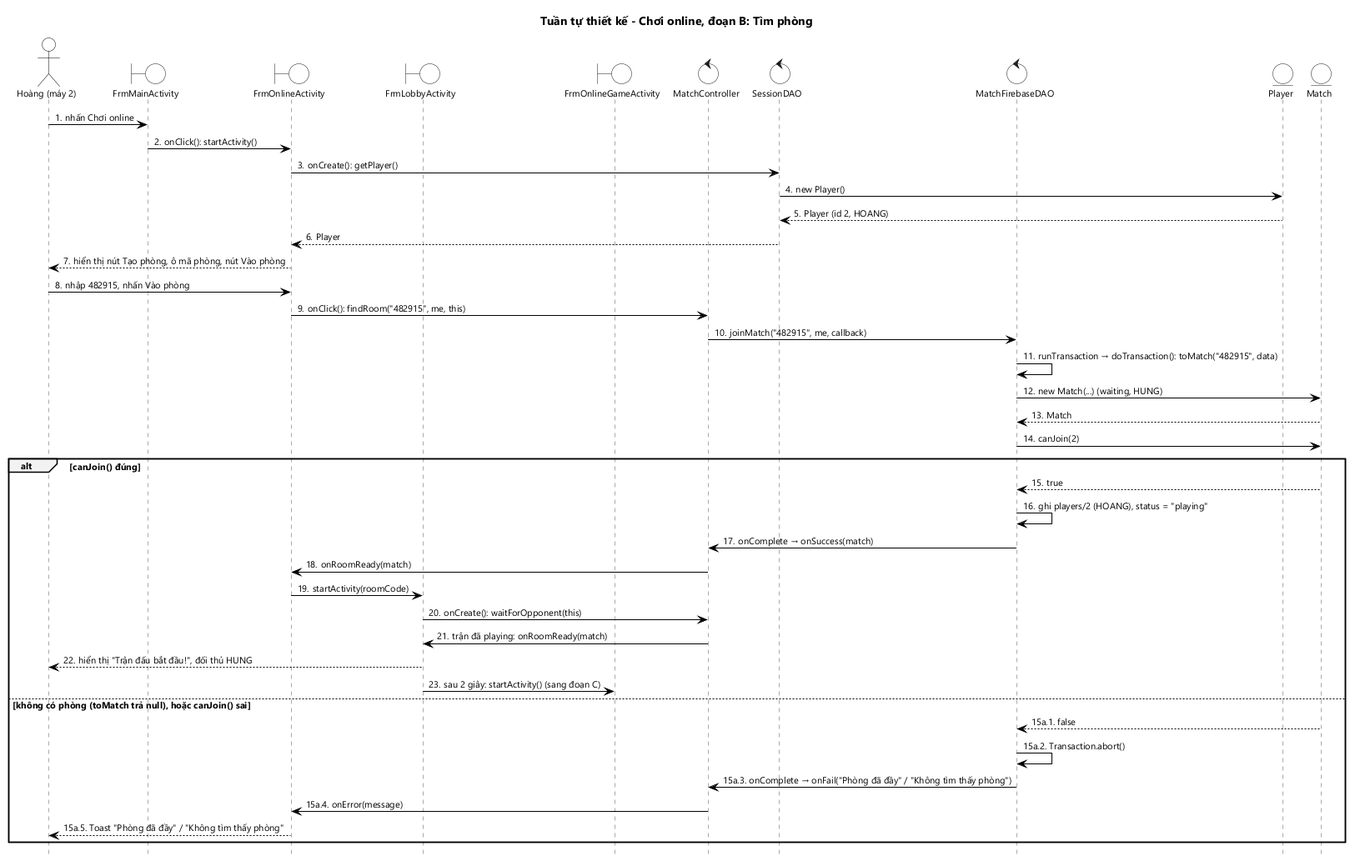
HungNguyenBa1811/math-dash keeps this PlantUML diagram as docs/hung/tuan-tu-thiet-ke-uc05b.png. Above is the earlier version.
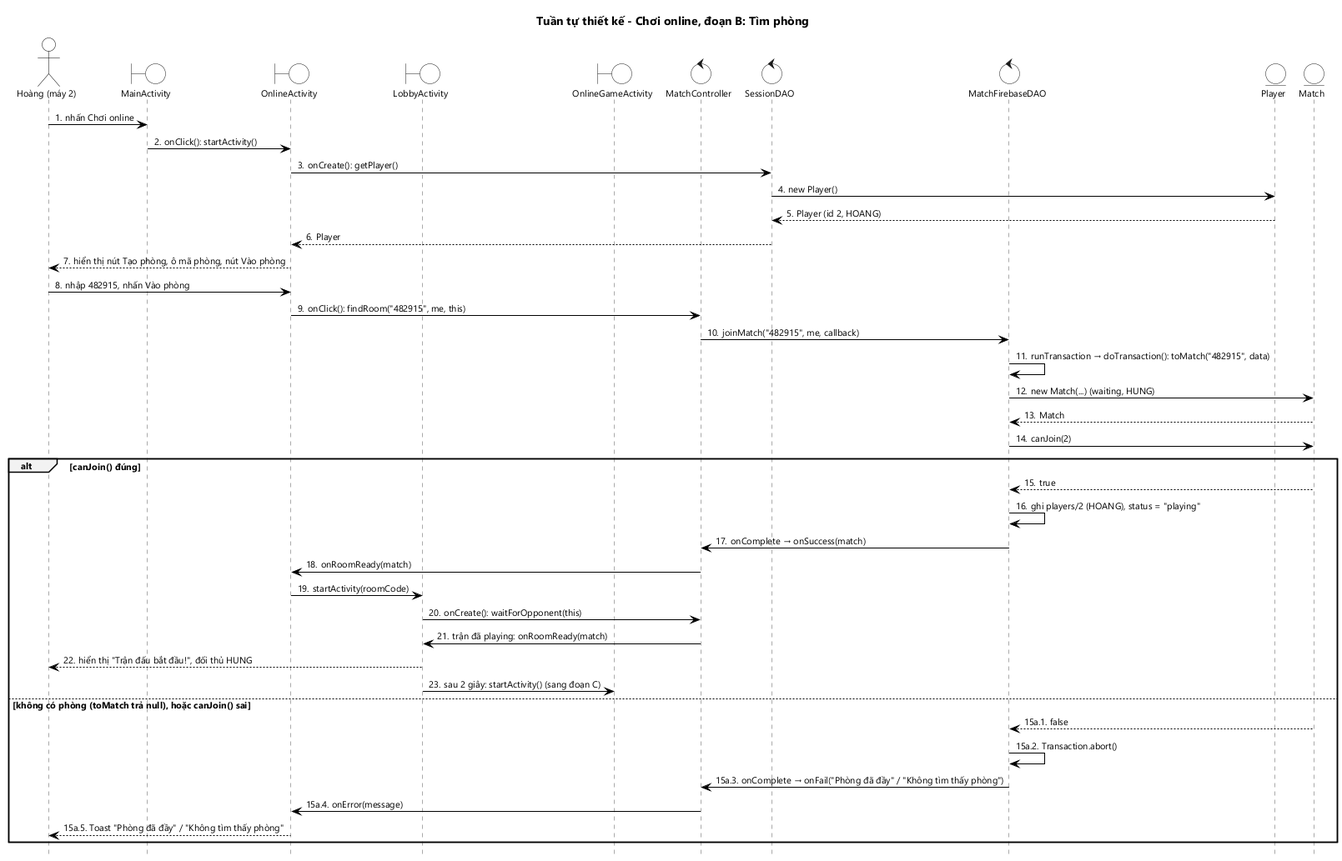
The same file after the commit.

The edit, as a diff of the source:
```diff
@@ -3,10 +3,10 @@
 title Tuần tự thiết kế - Chơi online, đoạn B: Tìm phòng
 
 actor "Hoàng (máy 2)" as U
-boundary FrmMainActivity as MA
-boundary FrmOnlineActivity as OA
-boundary FrmLobbyActivity as LA
-boundary FrmOnlineGameActivity as GA
+boundary MainActivity as MA
+boundary OnlineActivity as OA
+boundary LobbyActivity as LA
+boundary OnlineGameActivity as GA
 control MatchController as MC
 control SessionDAO as SD
 control MatchFirebaseDAO as MFD
```
